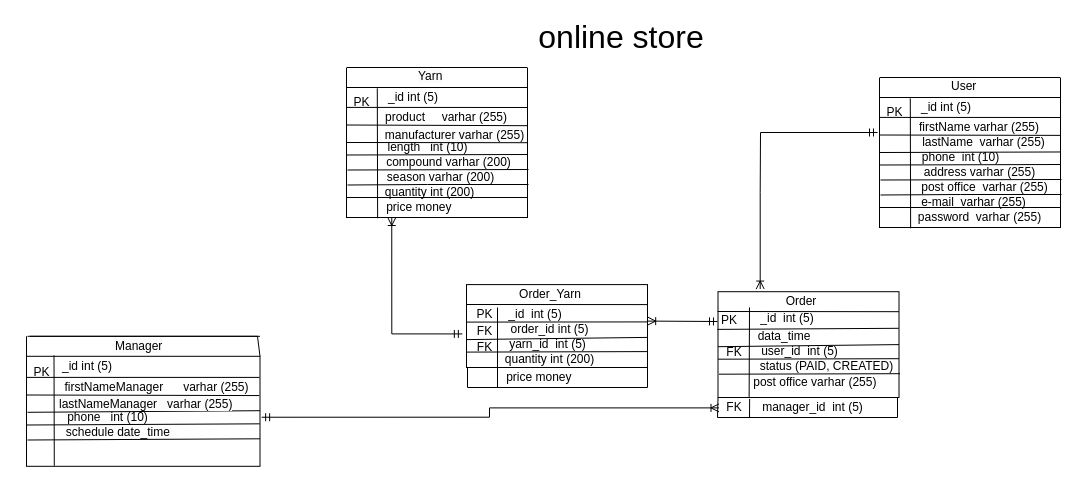
This is online store_study.drawio from TetianaAvd/Lesson1, a draw.io file, before an edit. Source tidied: cells renumbered, new cells numbered last; positions are measured from the earlier drawing's top-left corner, leaving out a move shared by most shapes. Both pictures are drawn from the tidied source at 100%, with x=0, y=0 at pixel (17, 17).
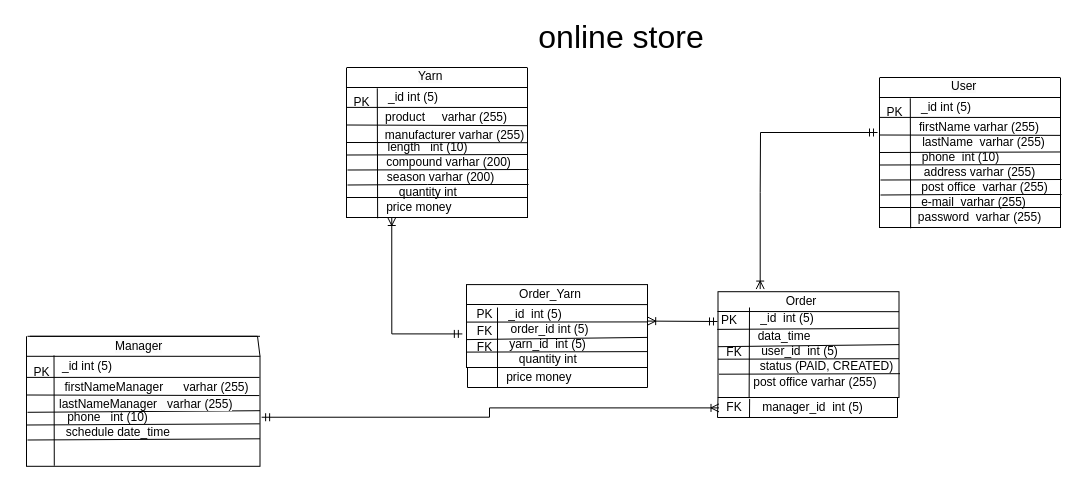
The same page after the edit.

What changed in the source:
```diff
@@
-    <mxCell id="21" value="quantity&amp;nbsp;int (200)" style="text;html=1;strokeColor=none;fillColor=none;align=center;verticalAlign=middle;whiteSpace=wrap;rounded=0;" parent="1" vertex="1">
+    <mxCell id="21" value="quantity&amp;nbsp;int&amp;nbsp;" style="text;html=1;strokeColor=none;fillColor=none;align=center;verticalAlign=middle;whiteSpace=wrap;rounded=0;" parent="1" vertex="1">
       <mxGeometry x="355" y="160" width="115" height="30" as="geometry" />
     </mxCell>
@@
-    <mxCell id="44" value="quantity&amp;nbsp;int (200)" style="text;html=1;strokeColor=none;fillColor=none;align=center;verticalAlign=middle;whiteSpace=wrap;rounded=0;" parent="1" vertex="1">
+    <mxCell id="44" value="quantity&amp;nbsp;int&amp;nbsp;" style="text;html=1;strokeColor=none;fillColor=none;align=center;verticalAlign=middle;whiteSpace=wrap;rounded=0;" parent="1" vertex="1">
       <mxGeometry x="475" y="327.1" width="115" height="30" as="geometry" />
     </mxCell>
```
